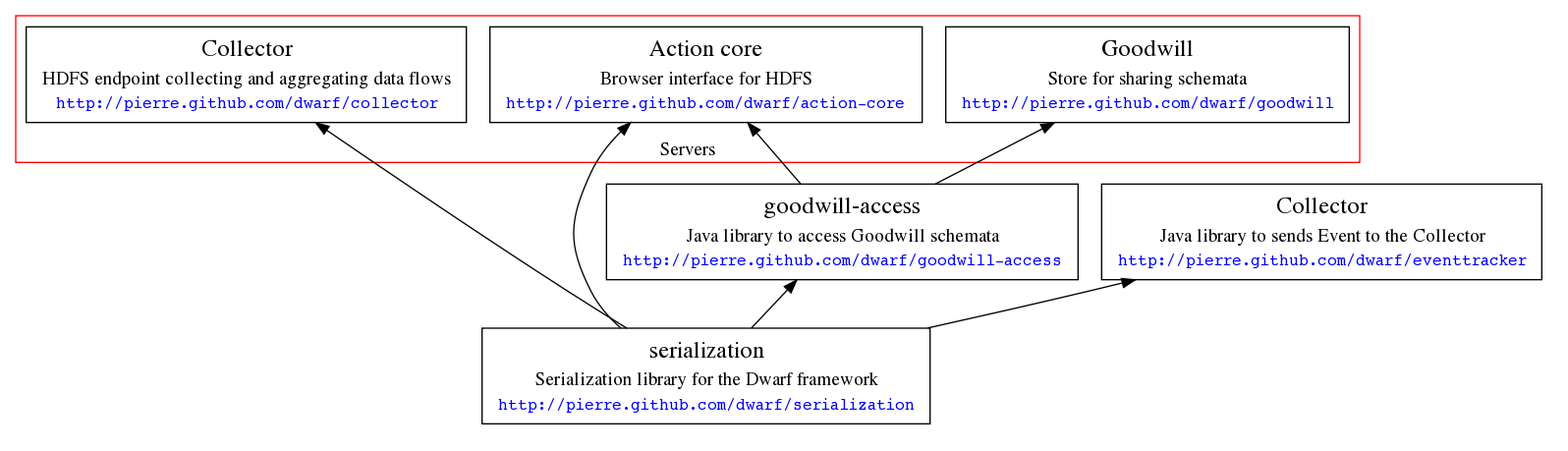
The Graphviz diagram resources/overview_serialization.png in pierre/dwarf, before a commit. Its source is kept beside it as resources/overview_serialization.dot.
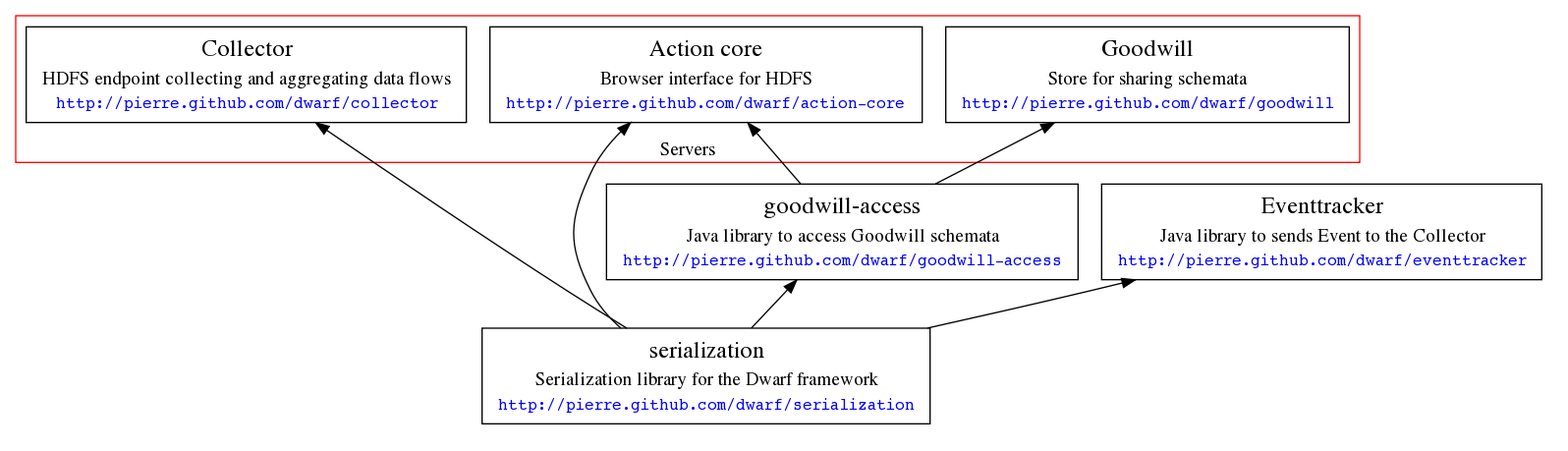
Later version of the same file.

Commit message:
overview: fix typo in graphic

Diff of the diagram source:
```diff
@@ -29,7 +29,7 @@
         color = white;
         eventtracker [
           label=<<TABLE BORDER="0">
-              <TR><TD><FONT POINT-SIZE="18">Collector</FONT></TD></TR>
+              <TR><TD><FONT POINT-SIZE="18">Eventtracker</FONT></TD></TR>
               <TR><TD>Java library to sends Event to the Collector</TD></TR>
               <TR><TD HREF="http://pierre.github.com/dwarf/eventtracker"><FONT POINT-SIZE="12" FACE="Courier" COLOR="blue">http://pierre.github.com/dwarf/eventtracker</FONT></TD></TR>
              </TABLE>>];
```
